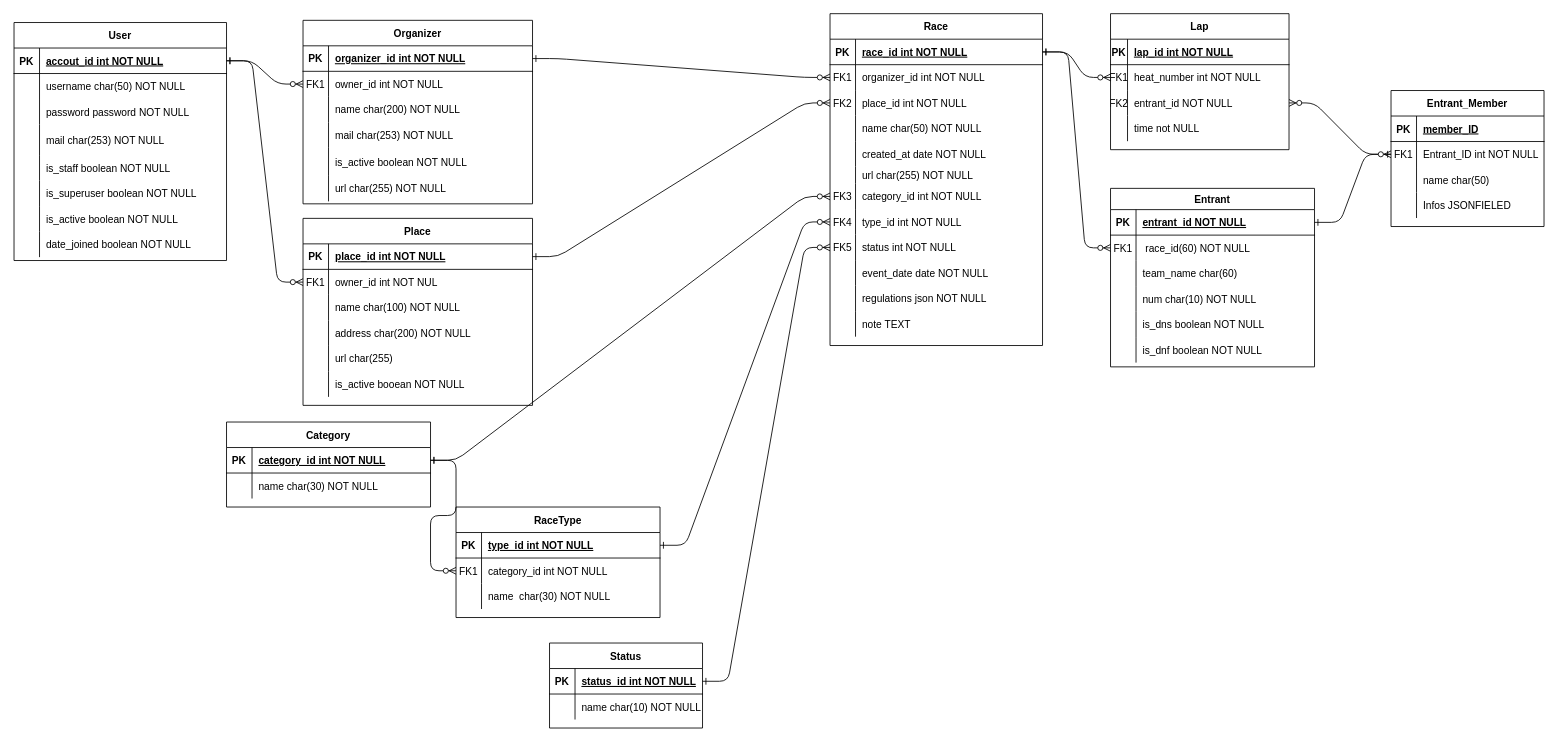
Before: ER-RelationMap.drawio in TSKGunGun/RaceNow, a draw.io diagram. Source tidied: cells renumbered, new cells numbered last; positions are measured from the earlier drawing's top-left corner, leaving out a move shared by most shapes. Both pictures are drawn from the tidied source at 85%, with x=0, y=0 at pixel (14, 14).
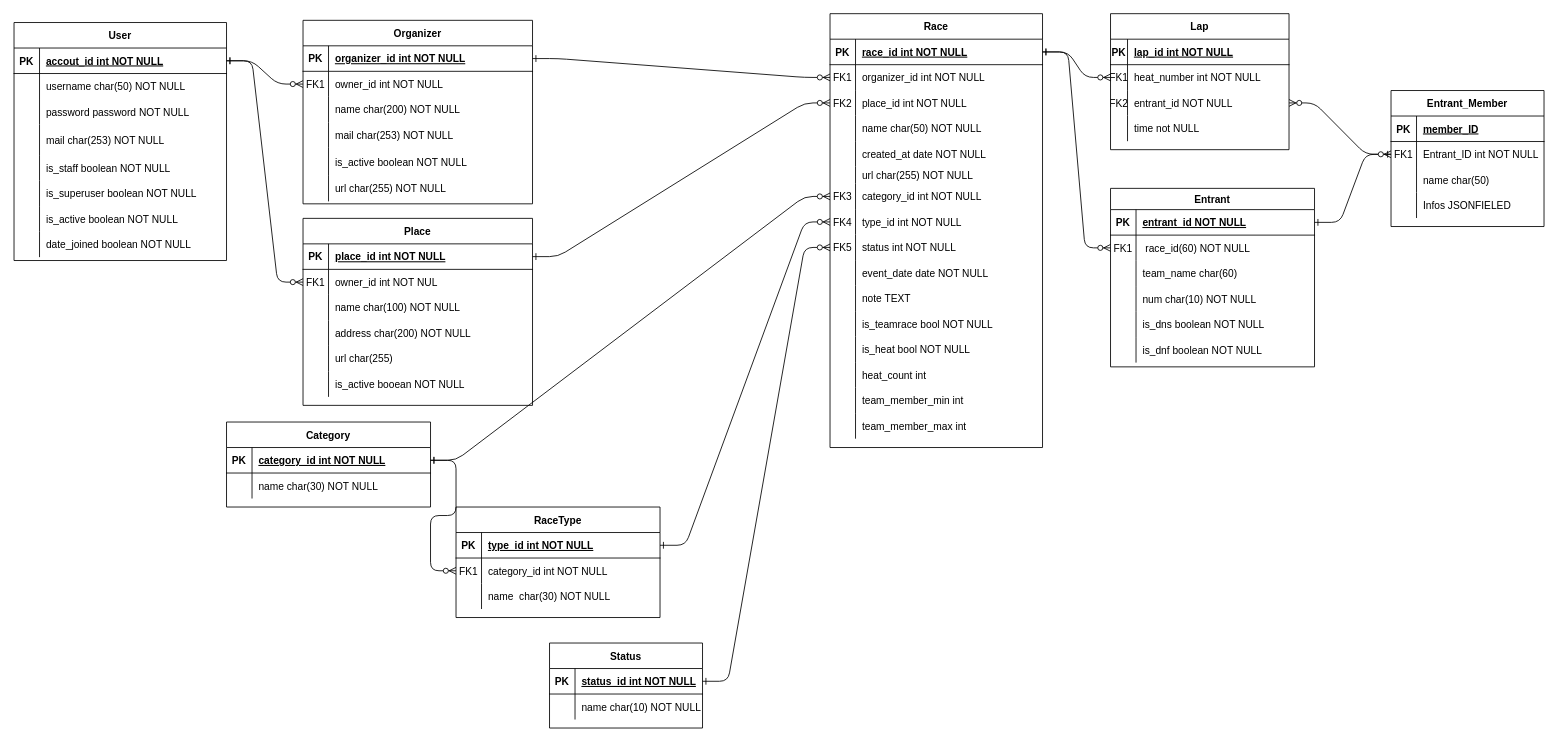
The same diagram, later.

Diff of the diagram source:
```diff
@@
     <mxCell id="4" value="Race" style="shape=table;startSize=30;childLayout=tableLayout;rowLines=0;fontStyle=1;align=center;" parent="1" vertex="1">
-      <mxGeometry x="960" y="-0.4" width="250" height="390.4" as="geometry" />
+      <mxGeometry x="960" y="-0.4" width="250" height="510.4" as="geometry" />
     </mxCell>
@@
+    <mxCell id="38" style="shape=partialRectangle;fillColor=none;top=0;left=0;right=0;bottom=0;" parent="4" vertex="1">
+      <mxGeometry y="320" width="250" height="30" as="geometry" />
+    </mxCell>
+    <mxCell id="39" style="shape=partialRectangle;overflow=hidden;fillColor=none;top=0;left=0;bottom=0;right=0;" parent="38" vertex="1">
+      <mxGeometry width="30" height="30" as="geometry" />
+    </mxCell>
+    <mxCell id="40" value="note TEXT" style="shape=partialRectangle;overflow=hidden;fillColor=none;top=0;left=0;bottom=0;right=0;align=left;spacingLeft=6;" parent="38" vertex="1">
+      <mxGeometry x="30" width="220" height="30" as="geometry" />
+    </mxCell>
     <mxCell id="35" style="shape=partialRectangle;fillColor=none;top=0;left=0;right=0;bottom=0;" parent="4" vertex="1">
-      <mxGeometry y="320" width="250" height="30" as="geometry" />
+      <mxGeometry y="350" width="250" height="30" as="geometry" />
     </mxCell>
@@
-    <mxCell id="37" value="regulations json NOT NULL" style="shape=partialRectangle;overflow=hidden;fillColor=none;top=0;left=0;bottom=0;right=0;align=left;spacingLeft=6;" parent="35" vertex="1">
+    <mxCell id="37" value="is_teamrace bool NOT NULL" style="shape=partialRectangle;overflow=hidden;fillColor=none;top=0;left=0;bottom=0;right=0;align=left;spacingLeft=6;" parent="35" vertex="1">
       <mxGeometry x="30" width="220" height="30" as="geometry" />
     </mxCell>
-    <mxCell id="38" style="shape=partialRectangle;fillColor=none;top=0;left=0;right=0;bottom=0;" parent="4" vertex="1">
-      <mxGeometry y="350" width="250" height="30" as="geometry" />
-    </mxCell>
-    <mxCell id="39" style="shape=partialRectangle;overflow=hidden;fillColor=none;top=0;left=0;bottom=0;right=0;" parent="38" vertex="1">
-      <mxGeometry width="30" height="30" as="geometry" />
-    </mxCell>
-    <mxCell id="40" value="note TEXT" style="shape=partialRectangle;overflow=hidden;fillColor=none;top=0;left=0;bottom=0;right=0;align=left;spacingLeft=6;" parent="38" vertex="1">
-      <mxGeometry x="30" width="220" height="30" as="geometry" />
-    </mxCell>
+    <mxCell id="187" style="shape=partialRectangle;fillColor=none;top=0;left=0;right=0;bottom=0;" parent="4" vertex="1">
+      <mxGeometry y="380" width="250" height="30" as="geometry" />
+    </mxCell>
+    <mxCell id="188" style="shape=partialRectangle;overflow=hidden;fillColor=none;top=0;left=0;bottom=0;right=0;" parent="187" vertex="1">
+      <mxGeometry width="30" height="30" as="geometry" />
+    </mxCell>
+    <mxCell id="189" value="is_heat bool NOT NULL" style="shape=partialRectangle;overflow=hidden;fillColor=none;top=0;left=0;bottom=0;right=0;align=left;spacingLeft=6;" parent="187" vertex="1">
+      <mxGeometry x="30" width="220" height="30" as="geometry" />
+    </mxCell>
+    <mxCell id="190" style="shape=partialRectangle;fillColor=none;top=0;left=0;right=0;bottom=0;" parent="4" vertex="1">
+      <mxGeometry y="410" width="250" height="30" as="geometry" />
+    </mxCell>
+    <mxCell id="191" style="shape=partialRectangle;overflow=hidden;fillColor=none;top=0;left=0;bottom=0;right=0;" parent="190" vertex="1">
+      <mxGeometry width="30" height="30" as="geometry" />
+    </mxCell>
+    <mxCell id="192" value="heat_count int" style="shape=partialRectangle;overflow=hidden;fillColor=none;top=0;left=0;bottom=0;right=0;align=left;spacingLeft=6;" parent="190" vertex="1">
+      <mxGeometry x="30" width="220" height="30" as="geometry" />
+    </mxCell>
+    <mxCell id="193" style="shape=partialRectangle;fillColor=none;top=0;left=0;right=0;bottom=0;" parent="4" vertex="1">
+      <mxGeometry y="440" width="250" height="30" as="geometry" />
+    </mxCell>
+    <mxCell id="194" style="shape=partialRectangle;overflow=hidden;fillColor=none;top=0;left=0;bottom=0;right=0;" parent="193" vertex="1">
+      <mxGeometry width="30" height="30" as="geometry" />
+    </mxCell>
+    <mxCell id="195" value="team_member_min int" style="shape=partialRectangle;overflow=hidden;fillColor=none;top=0;left=0;bottom=0;right=0;align=left;spacingLeft=6;" parent="193" vertex="1">
+      <mxGeometry x="30" width="220" height="30" as="geometry" />
+    </mxCell>
+    <mxCell id="196" style="shape=partialRectangle;fillColor=none;top=0;left=0;right=0;bottom=0;" parent="4" vertex="1">
+      <mxGeometry y="470" width="250" height="30" as="geometry" />
+    </mxCell>
+    <mxCell id="197" style="shape=partialRectangle;overflow=hidden;fillColor=none;top=0;left=0;bottom=0;right=0;" parent="196" vertex="1">
+      <mxGeometry width="30" height="30" as="geometry" />
+    </mxCell>
+    <mxCell id="198" value="team_member_max int" style="shape=partialRectangle;overflow=hidden;fillColor=none;top=0;left=0;bottom=0;right=0;align=left;spacingLeft=6;" parent="196" vertex="1">
+      <mxGeometry x="30" width="220" height="30" as="geometry" />
+    </mxCell>
```
